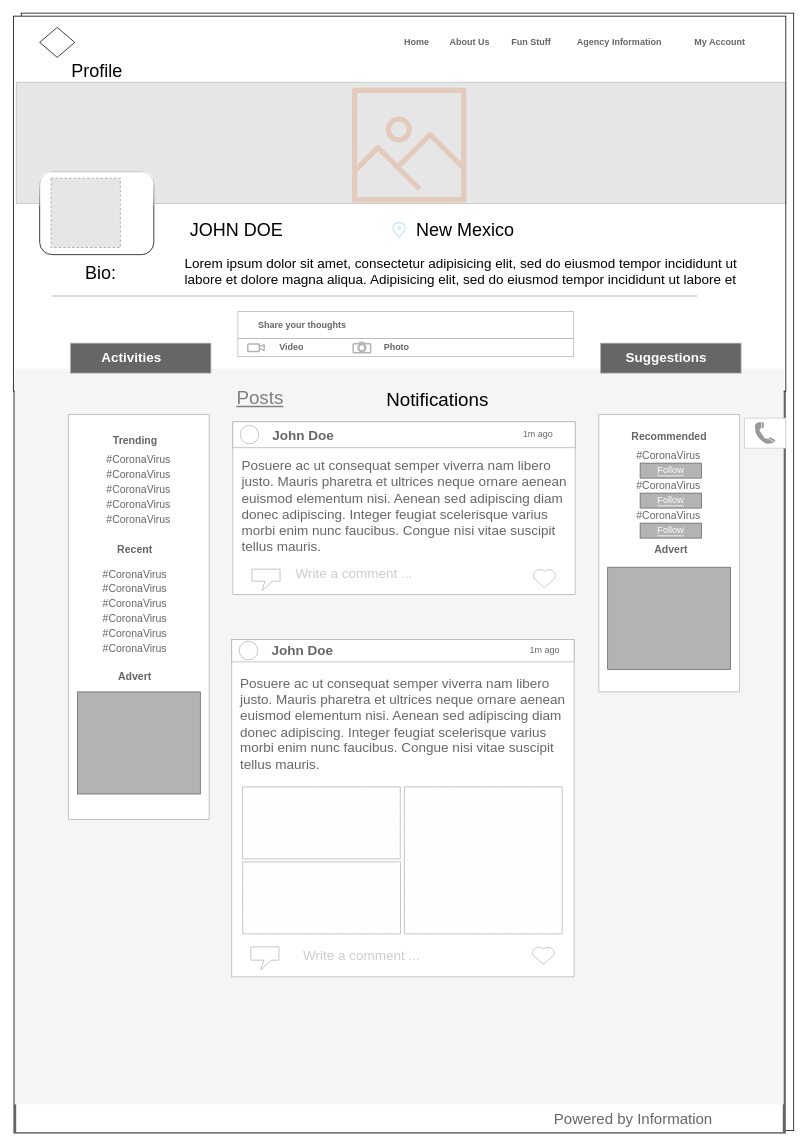
Earlier version of the draw.io diagram page "Profile-page" (2 of 3) of CreateAcct.drawio (opeyemi-jonah/Ace-challenge). Source tidied: cells renumbered, new cells numbered last; positions are measured from the earlier drawing's top-left corner, leaving out a move shared by most shapes. Both pictures are drawn from the tidied source at 75%, with x=0, y=0 at pixel (13, 13). Pictures stored in the file or linked from it are replaced by grey dashed boxes.
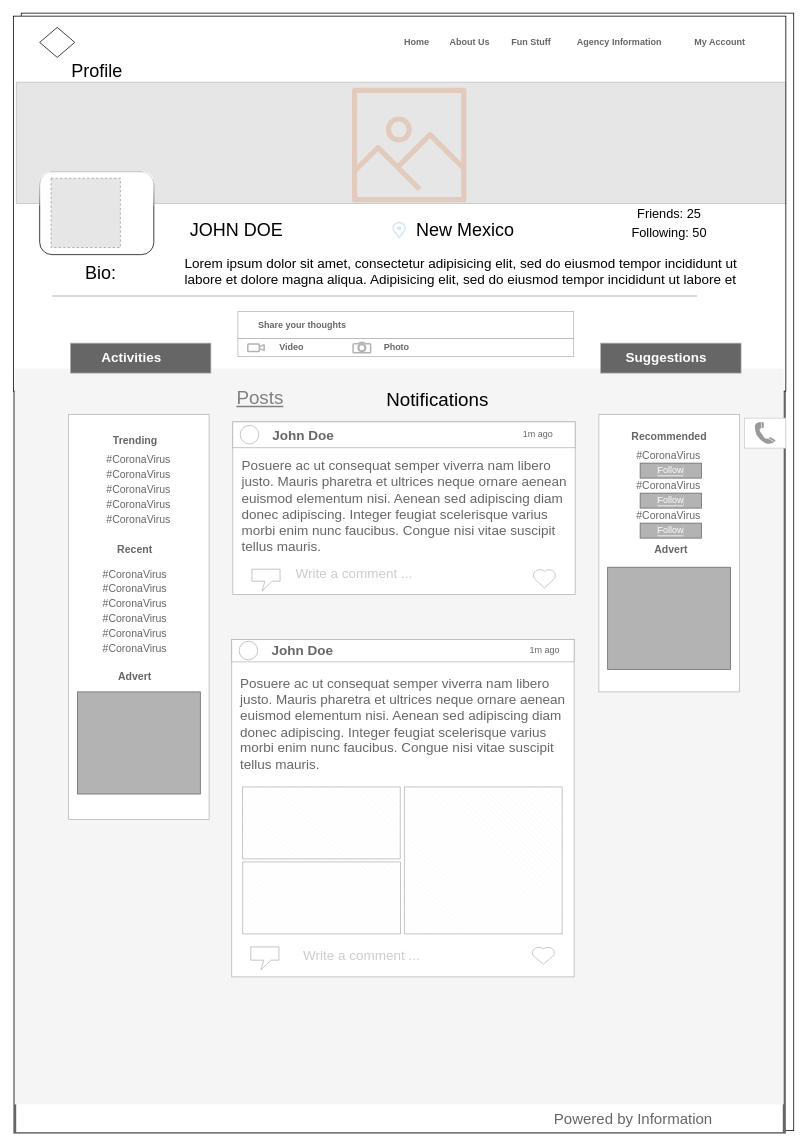
The same diagram, later.

The change refers to these unchanged cells:
```xml
<mxCell id="6" style="group;fillColor=#666666;" parent="5" vertex="1">
  <mxGeometry width="1030" height="1490" as="geometry" />
</mxCell>
```

Diff of the diagram source:
```diff
@@
+    <mxCell id="106" value="&lt;font style=&quot;font-size: 17px;&quot;&gt;Friends: 25&lt;/font&gt;" style="text;html=1;strokeColor=none;fillColor=none;align=center;verticalAlign=middle;whiteSpace=wrap;rounded=0;fontSize=17;" parent="6" vertex="1">
+      <mxGeometry x="795.4" y="250" width="157.6" height="30" as="geometry" />
+    </mxCell>
+    <mxCell id="107" value="&lt;font style=&quot;font-size: 17px;&quot;&gt;Following: 50&lt;/font&gt;" style="text;html=1;strokeColor=none;fillColor=none;align=center;verticalAlign=middle;whiteSpace=wrap;rounded=0;fontSize=17;" parent="6" vertex="1">
+      <mxGeometry x="795.4" y="275" width="157.6" height="30" as="geometry" />
+    </mxCell>
```
